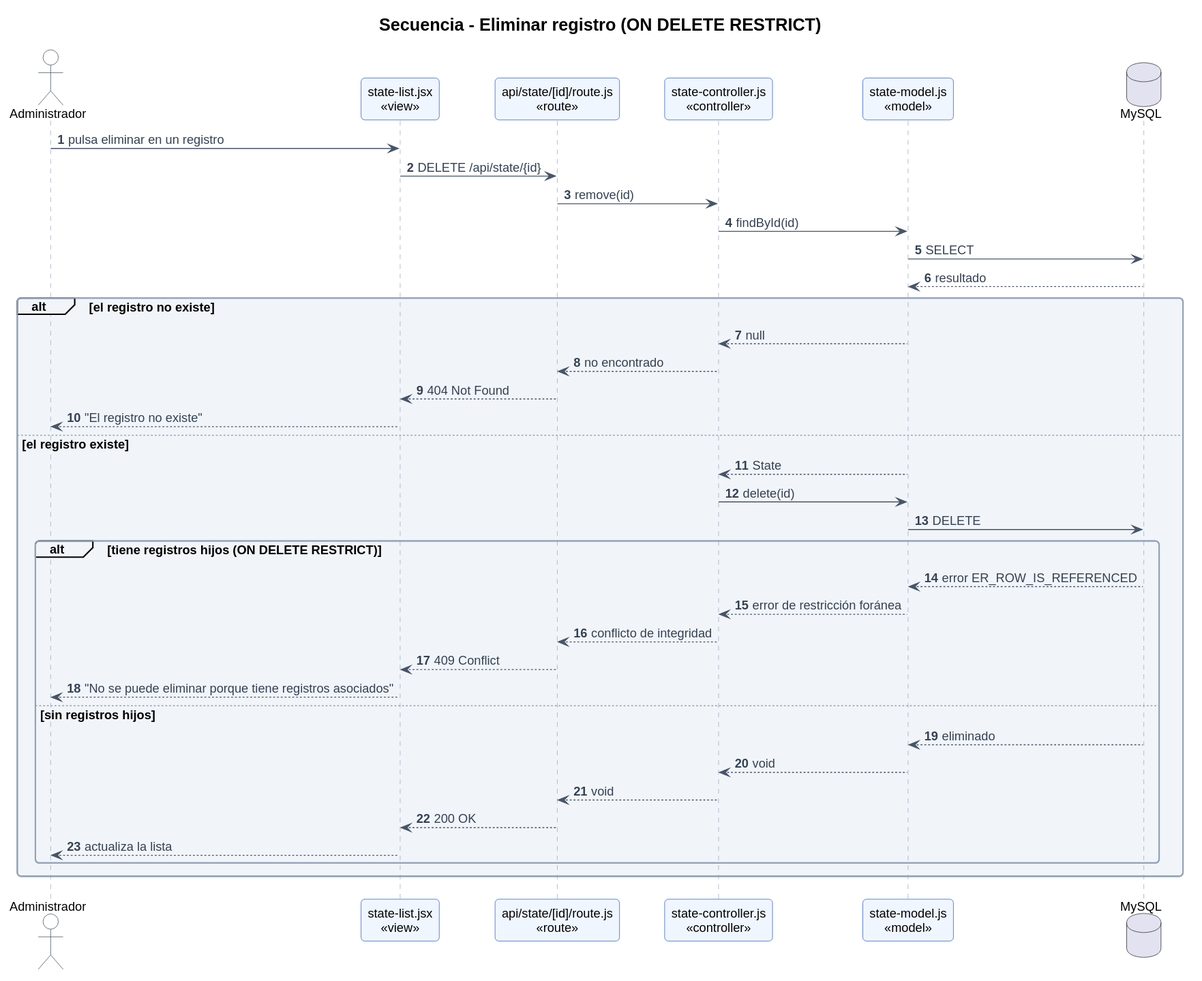
Earlier version of the PlantUML export public/docs/architecture/diagrams/14-sequence-delete-entity.svg (code-sena/project-mvc). Its diagram source:
```plantuml
@startuml
!include style.puml
title Secuencia - Eliminar registro (ON DELETE RESTRICT)
autonumber

actor "Administrador" as U
participant "state-list.jsx\n<<view>>" as V
participant "api/state/[id]/route.js\n<<route>>" as R
participant "state-controller.js\n<<controller>>" as C
participant "state-model.js\n<<model>>" as M
database "MySQL" as DB

U -> V : pulsa eliminar en un registro
V -> R : DELETE /api/state/{id}
R -> C : remove(id)
C -> M : findById(id)
M -> DB : SELECT
DB --> M : resultado

alt el registro no existe
  M --> C : null
  C --> R : no encontrado
  R --> V : 404 Not Found
  V --> U : "El registro no existe"
else el registro existe
  M --> C : State
  C -> M : delete(id)
  M -> DB : DELETE
  alt tiene registros hijos (ON DELETE RESTRICT)
    DB --> M : error ER_ROW_IS_REFERENCED
    M --> C : error de restricción foránea
    C --> R : conflicto de integridad
    R --> V : 409 Conflict
    V --> U : "No se puede eliminar porque tiene registros asociados"
  else sin registros hijos
    DB --> M : eliminado
    M --> C : void
    C --> R : void
    R --> V : 200 OK
    V --> U : actualiza la lista
  end
end
@enduml
```
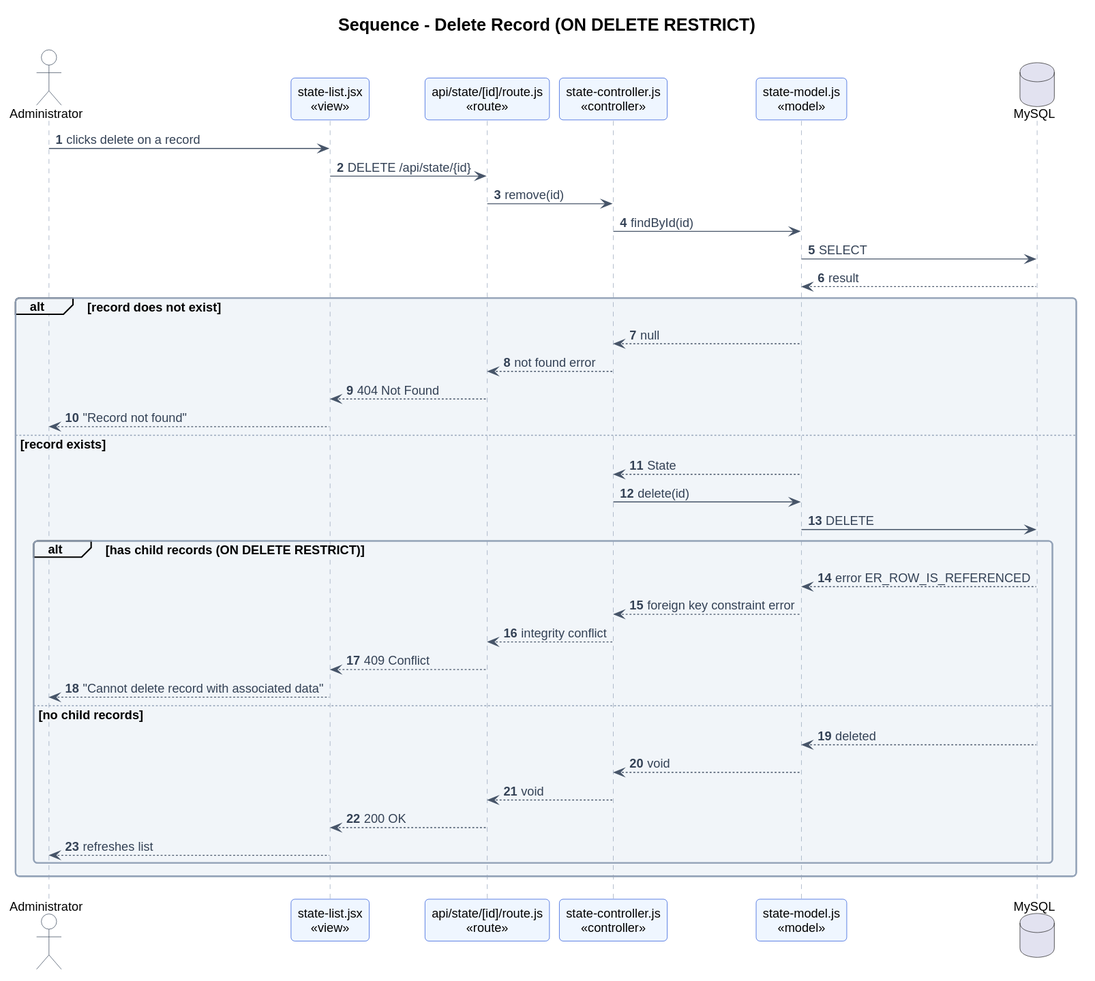
Above is the later version.

Commit message:
docs(architecture): translate added documentation and sequence diagrams to english

The edit, as a diff of the source:
```diff
@@ -1,43 +1,43 @@
 @startuml
 !include style.puml
-title Secuencia - Eliminar registro (ON DELETE RESTRICT)
+title Sequence - Delete Record (ON DELETE RESTRICT)
 autonumber
 
-actor "Administrador" as U
+actor "Administrator" as U
 participant "state-list.jsx\n<<view>>" as V
 participant "api/state/[id]/route.js\n<<route>>" as R
 participant "state-controller.js\n<<controller>>" as C
 participant "state-model.js\n<<model>>" as M
 database "MySQL" as DB
 
-U -> V : pulsa eliminar en un registro
+U -> V : clicks delete on a record
 V -> R : DELETE /api/state/{id}
 R -> C : remove(id)
 C -> M : findById(id)
 M -> DB : SELECT
-DB --> M : resultado
+DB --> M : result
 
-alt el registro no existe
+alt record does not exist
   M --> C : null
-  C --> R : no encontrado
+  C --> R : not found error
   R --> V : 404 Not Found
-  V --> U : "El registro no existe"
-else el registro existe
+  V --> U : "Record not found"
+else record exists
   M --> C : State
   C -> M : delete(id)
   M -> DB : DELETE
-  alt tiene registros hijos (ON DELETE RESTRICT)
+  alt has child records (ON DELETE RESTRICT)
     DB --> M : error ER_ROW_IS_REFERENCED
-    M --> C : error de restricción foránea
-    C --> R : conflicto de integridad
+    M --> C : foreign key constraint error
+    C --> R : integrity conflict
     R --> V : 409 Conflict
-    V --> U : "No se puede eliminar porque tiene registros asociados"
-  else sin registros hijos
-    DB --> M : eliminado
+    V --> U : "Cannot delete record with associated data"
+  else no child records
+    DB --> M : deleted
     M --> C : void
     C --> R : void
     R --> V : 200 OK
-    V --> U : actualiza la lista
+    V --> U : refreshes list
   end
 end
 @enduml
```
